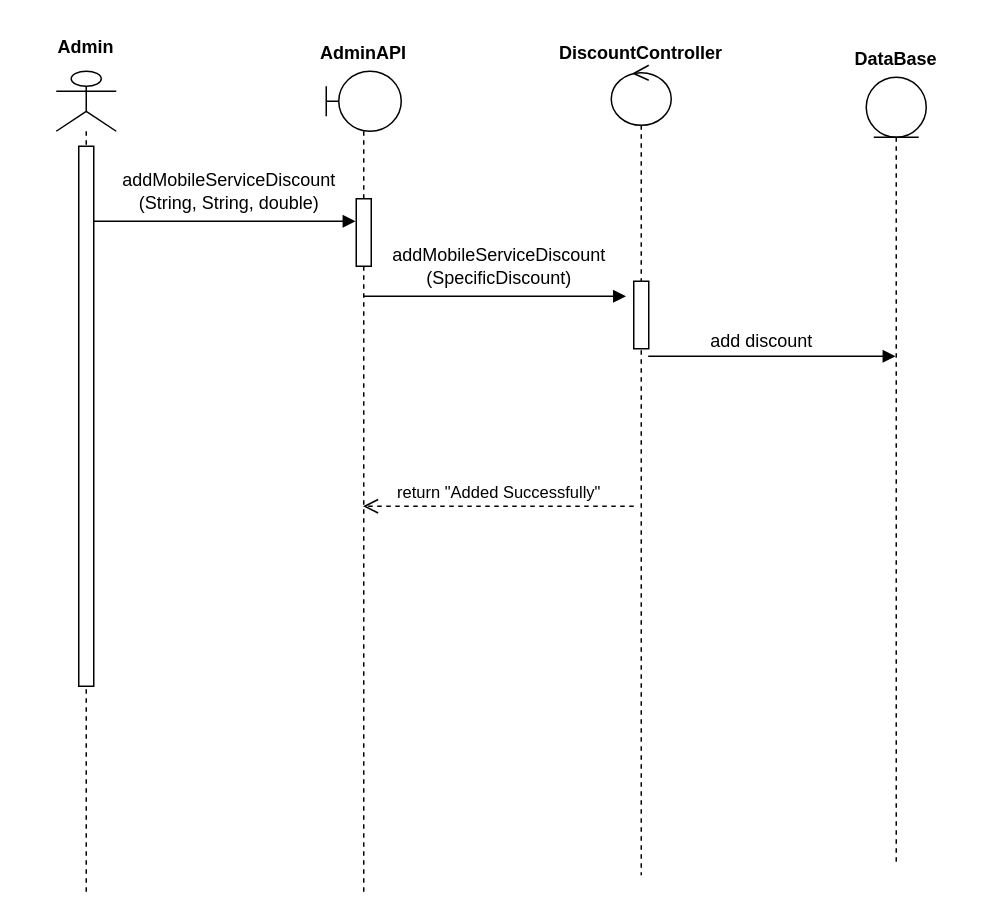
Before: Design System/AddMobileServiceDiscountSequenceDiagramV2.drawio in hazemadelkhalel/Fawry-System, a draw.io diagram. Source tidied: cells renumbered, new cells numbered last; positions are measured from the earlier drawing's top-left corner, leaving out a move shared by most shapes. Both pictures are drawn from the tidied source at 150%, with x=0, y=0 at pixel (26, 26).
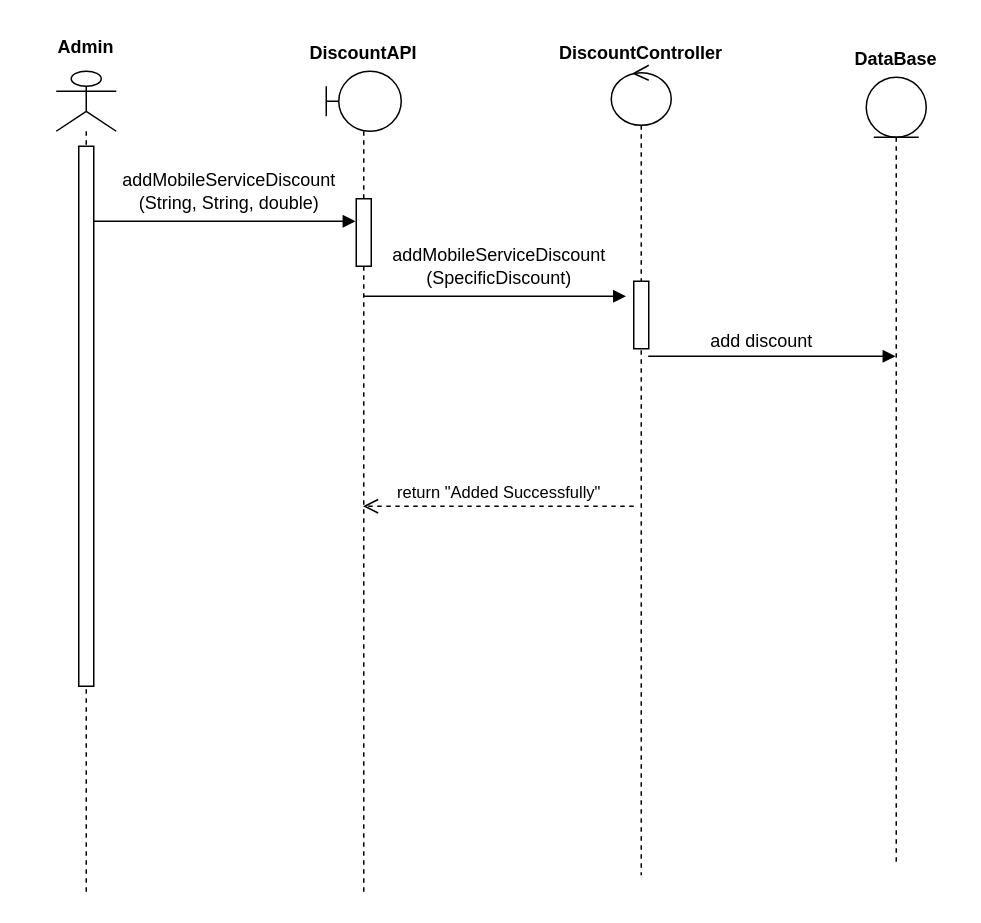
The same page after the edit.

Commit message (it also covers changes not shown here):
Modified AddDiscount and checkDiscounts Sequence diagrams

The edit, as a diff of the source:
```diff
@@
-    <mxCell id="7" value="AdminAPI" style="text;align=center;fontStyle=1;verticalAlign=middle;spacingLeft=3;spacingRight=3;strokeColor=none;" parent="1" vertex="1">
+    <mxCell id="7" value="DiscountAPI" style="text;align=center;fontStyle=1;verticalAlign=middle;spacingLeft=3;spacingRight=3;strokeColor=none;" parent="1" vertex="1">
       <mxGeometry x="185" y="4" width="80" height="26" as="geometry" />
     </mxCell>
```
